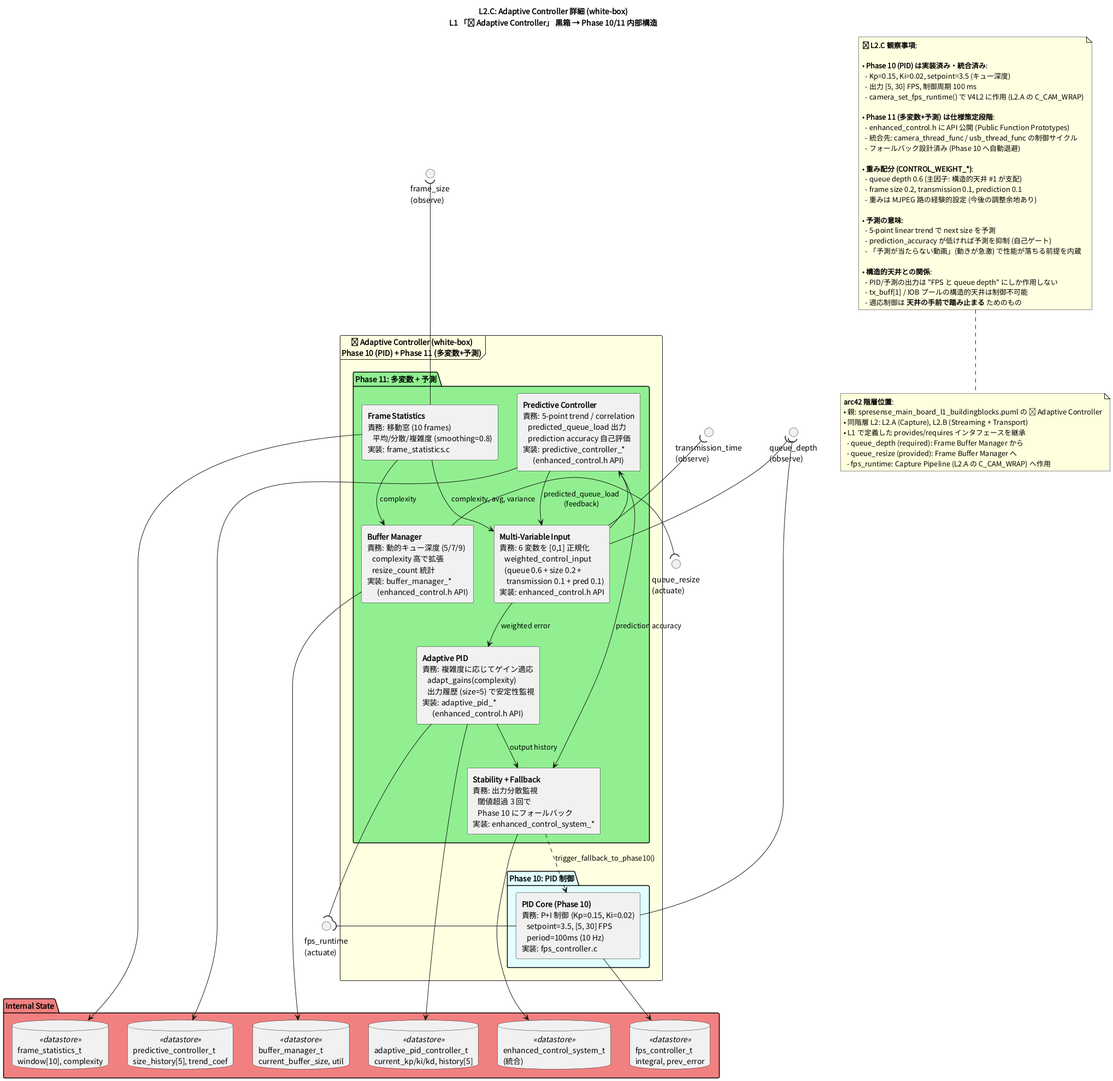
Earlier version of the PlantUML export docs/security_camera/02_specifications/architecture/spresense_main_board_l2c_control.png (ken11111/Spr_wk).
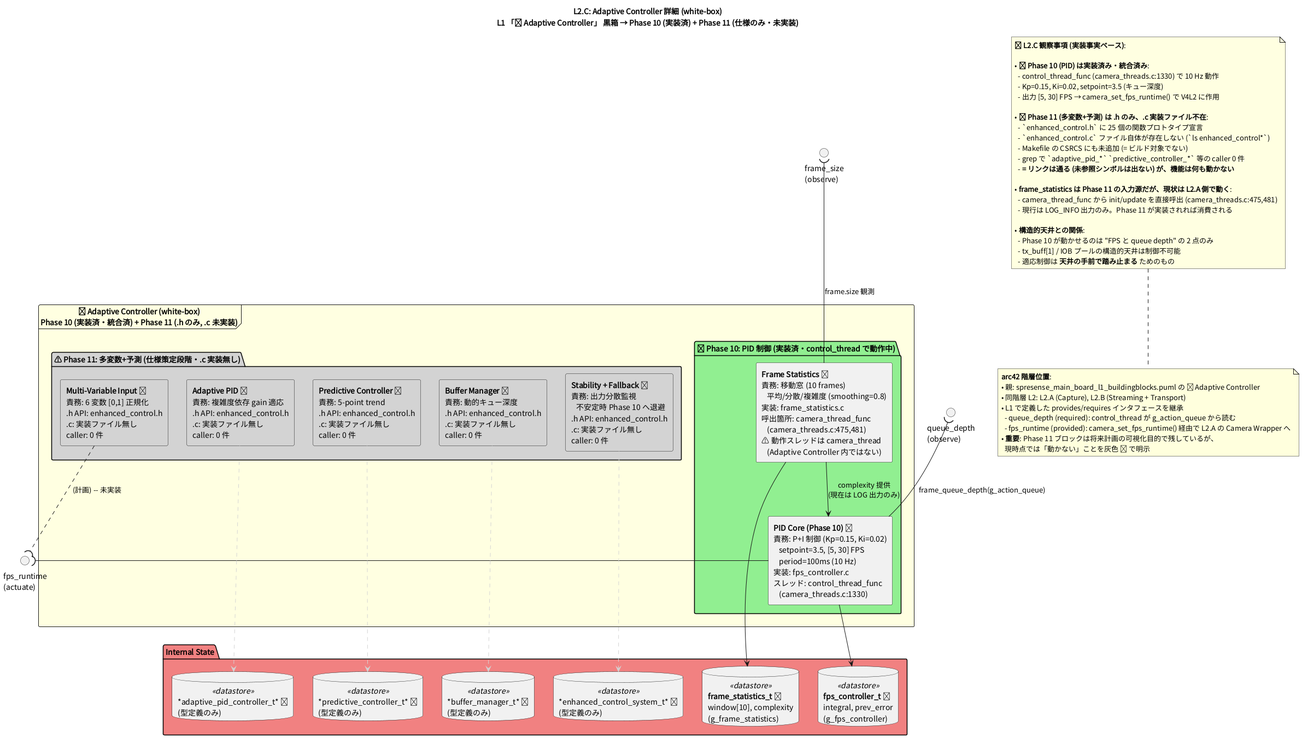
After the commit.

The edit, as a diff of the source:
```diff
@@ -2,96 +2,81 @@
 skinparam defaultFontName "Noto Sans CJK JP"
 skinparam backgroundColor #FEFEFE
 skinparam componentStyle rectangle
+top to bottom direction
 
-title L2.C: Adaptive Controller 詳細 (white-box)\nL1 「🎛️ Adaptive Controller」 黒箱 → Phase 10/11 内部構造
+title L2.C: Adaptive Controller 詳細 (white-box)\nL1 「🎛️ Adaptive Controller」 黒箱 → Phase 10 (実装済) + Phase 11 (仕様のみ・未実装)
 
-frame "🎛️ **Adaptive Controller** (white-box)\nPhase 10 (PID) + Phase 11 (多変数+予測)" as CTRL_BOX #LightYellow {
+frame "🎛️ **Adaptive Controller** (white-box)\nPhase 10 (実装済・統合済) + Phase 11 (.h のみ, .c 未実装)" as CTRL_BOX #LightYellow {
 
-  package "Phase 10: PID 制御" #LightCyan {
-    component "**PID Core (Phase 10)**\n責務: P+I 制御 (Kp=0.15, Ki=0.02)\n   setpoint=3.5, [5, 30] FPS\n   period=100ms (10 Hz)\n実装: fps_controller.c" as C_PID10
+  package "✅ Phase 10: PID 制御 (実装済・control_thread で動作中)" #LightGreen {
+    component "**PID Core (Phase 10)** ✅\n責務: P+I 制御 (Kp=0.15, Ki=0.02)\n   setpoint=3.5, [5, 30] FPS\n   period=100ms (10 Hz)\n実装: fps_controller.c\nスレッド: control_thread_func\n   (camera_threads.c:1330)" as C_PID10
+
+    component "**Frame Statistics** ✅\n責務: 移動窓 (10 frames)\n   平均/分散/複雑度 (smoothing=0.8)\n実装: frame_statistics.c\n呼出箇所: camera_thread_func\n   (camera_threads.c:475,481)\n⚠ 動作スレッドは camera_thread\n   (Adaptive Controller 内ではない)" as C_STATS
   }
 
-  package "Phase 11: 多変数 + 予測" #LightGreen {
-    component "**Frame Statistics**\n責務: 移動窓 (10 frames)\n   平均/分散/複雑度 (smoothing=0.8)\n実装: frame_statistics.c" as C_STATS
+  package "⚠ Phase 11: 多変数+予測 (仕様策定段階・.c 実装無し)" #LightGray {
+    component "**Multi-Variable Input** ❌\n責務: 6 変数 [0,1] 正規化\n.h API: enhanced_control.h\n.c: 実装ファイル無し\ncaller: 0 件" as C_MVI #LightGray
 
-    component "**Multi-Variable Input**\n責務: 6 変数を [0,1] 正規化\n   weighted_control_input\n   (queue 0.6 + size 0.2 +\n    transmission 0.1 + pred 0.1)\n実装: enhanced_control.h API" as C_MVI
+    component "**Adaptive PID** ❌\n責務: 複雑度依存 gain 適応\n.h API: enhanced_control.h\n.c: 実装ファイル無し\ncaller: 0 件" as C_APID #LightGray
 
-    component "**Adaptive PID**\n責務: 複雑度に応じてゲイン適応\n   adapt_gains(complexity)\n   出力履歴 (size=5) で安定性監視\n実装: adaptive_pid_*\n      (enhanced_control.h API)" as C_APID
+    component "**Predictive Controller** ❌\n責務: 5-point trend\n.h API: enhanced_control.h\n.c: 実装ファイル無し\ncaller: 0 件" as C_PRED #LightGray
 
-    component "**Predictive Controller**\n責務: 5-point trend / correlation\n   predicted_queue_load 出力\n   prediction accuracy 自己評価\n実装: predictive_controller_*\n      (enhanced_control.h API)" as C_PRED
+    component "**Buffer Manager** ❌\n責務: 動的キュー深度\n.h API: enhanced_control.h\n.c: 実装ファイル無し\ncaller: 0 件" as C_BMGR #LightGray
 
-    component "**Buffer Manager**\n責務: 動的キュー深度 (5/7/9)\n   complexity 高で拡張\n   resize_count 統計\n実装: buffer_manager_*\n      (enhanced_control.h API)" as C_BMGR
-
-    component "**Stability + Fallback**\n責務: 出力分散監視\n   閾値超過 3 回で\n   Phase 10 にフォールバック\n実装: enhanced_control_system_*" as C_STAB
+    component "**Stability + Fallback** ❌\n責務: 出力分散監視\n   不安定時 Phase 10 へ退避\n.h API: enhanced_control.h\n.c: 実装ファイル無し\ncaller: 0 件" as C_STAB #LightGray
   }
 }
 
-C_STAB ..> C_PID10 : "trigger_fallback_to_phase10()"
-
-C_STATS --> C_MVI   : "complexity, avg, variance"
-C_MVI   --> C_APID  : "weighted error"
-C_MVI   --> C_PRED
-C_PRED  --> C_MVI   : "predicted_queue_load\n(feedback)"
-C_STATS --> C_BMGR  : "complexity"
-C_APID  --> C_STAB  : "output history"
-C_PRED  --> C_STAB  : "prediction accuracy"
+C_STATS --> C_PID10 : "complexity 提供\n(現在は LOG 出力のみ)"
 
 () "queue_depth\n(observe)" as I_DEPTH
 () "frame_size\n(observe)" as I_SIZE
-() "transmission_time\n(observe)" as I_TX
 () "fps_runtime\n(actuate)" as I_FPS
-() "queue_resize\n(actuate)" as I_RESIZE
 
-I_DEPTH    )-- C_PID10
-I_DEPTH    )-- C_MVI
-I_SIZE     )-- C_STATS
-I_TX       )-- C_MVI
+I_DEPTH    )-- C_PID10  : "frame_queue_depth(g_action_queue)"
+I_SIZE     )-- C_STATS  : "frame.size 観測"
 
 C_PID10  -( I_FPS
-C_APID   -( I_FPS
-C_BMGR   -( I_RESIZE
+
+C_MVI    .-( I_FPS  : "(計画) -- 未実装"
 
 package "Internal State" #LightCoral {
-  database "fps_controller_t\nintegral, prev_error" as D_PID <<datastore>>
-  database "frame_statistics_t\nwindow[10], complexity" as D_STATS <<datastore>>
-  database "adaptive_pid_controller_t\ncurrent_kp/ki/kd, history[5]" as D_APID <<datastore>>
-  database "predictive_controller_t\nsize_history[5], trend_coef" as D_PRED <<datastore>>
-  database "buffer_manager_t\ncurrent_buffer_size, util" as D_BMGR <<datastore>>
-  database "enhanced_control_system_t\n(統合)" as D_ENH <<datastore>>
+  database "**fps_controller_t** ✅\nintegral, prev_error\n(g_fps_controller)" as D_PID <<datastore>>
+  database "**frame_statistics_t** ✅\nwindow[10], complexity\n(g_frame_statistics)" as D_STATS <<datastore>>
+  database "*adaptive_pid_controller_t* ❌\n(型定義のみ)" as D_APID <<datastore>>
+  database "*predictive_controller_t* ❌\n(型定義のみ)" as D_PRED <<datastore>>
+  database "*buffer_manager_t* ❌\n(型定義のみ)" as D_BMGR <<datastore>>
+  database "*enhanced_control_system_t* ❌\n(型定義のみ)" as D_ENH <<datastore>>
 }
 
 C_PID10 --> D_PID
 C_STATS --> D_STATS
-C_APID  --> D_APID
-C_PRED  --> D_PRED
-C_BMGR  --> D_BMGR
-C_STAB  --> D_ENH
+C_APID  ..> D_APID  #LightGray
+C_PRED  ..> D_PRED  #LightGray
+C_BMGR  ..> D_BMGR  #LightGray
+C_STAB  ..> D_ENH   #LightGray
 
 note as NOTE_CTRL #LightYellow
-  **🔍 L2.C 観察事項**:
+  **🔍 L2.C 観察事項 (実装事実ベース)**:
 
-  • **Phase 10 (PID) は実装済み・統合済み**:
+  • **✅ Phase 10 (PID) は実装済み・統合済み**:
+    - control_thread_func (camera_threads.c:1330) で 10 Hz 動作
     - Kp=0.15, Ki=0.02, setpoint=3.5 (キュー深度)
-    - 出力 [5, 30] FPS, 制御周期 100 ms
-    - camera_set_fps_runtime() で V4L2 に作用 (L2.A の C_CAM_WRAP)
+    - 出力 [5, 30] FPS → camera_set_fps_runtime() で V4L2 に作用
 
-  • **Phase 11 (多変数+予測) は仕様策定段階**:
-    - enhanced_control.h に API 公開 (Public Function Prototypes)
-    - 統合先: camera_thread_func / usb_thread_func の制御サイクル
-    - フォールバック設計済み (Phase 10 へ自動退避)
+  • **❌ Phase 11 (多変数+予測) は .h のみ、.c 実装ファイル不在**:
+    - `enhanced_control.h` に 25 個の関数プロトタイプ宣言
+    - `enhanced_control.c` ファイル自体が存在しない (`ls enhanced_control*`)
+    - Makefile の CSRCS にも未追加 (= ビルド対象でない)
+    - grep で `adaptive_pid_*` `predictive_controller_*` 等の caller 0 件
+    - **= リンクは通る (未参照シンボルは出ない) が、機能は何も動かない**
 
-  • **重み配分 (CONTROL_WEIGHT_*)**:
-    - queue depth 0.6 (主因子: 構造的天井 #1 が支配)
-    - frame size 0.2, transmission 0.1, prediction 0.1
-    - 重みは MJPEG 路の経験的設定 (今後の調整余地あり)
-
-  • **予測の意味**:
-    - 5-point linear trend で next size を予測
-    - prediction_accuracy が低ければ予測を抑制 (自己ゲート)
-    - 「予測が当たらない動画」(動きが急激) で性能が落ちる前提を内蔵
+  • **frame_statistics は Phase 11 の入力源だが、現状は L2.A 側で動く**:
+    - camera_thread_func から init/update を直接呼出 (camera_threads.c:475,481)
+    - 現行は LOG_INFO 出力のみ。Phase 11 が実装されれば消費される
 
   • **構造的天井との関係**:
-    - PID/予測の出力は "FPS と queue depth" にしか作用しない
+    - Phase 10 が動かせるのは "FPS と queue depth" の 2 点のみ
     - tx_buff[1] / IOB プールの構造的天井は制御不可能
     - 適応制御は **天井の手前で踏み止まる** ためのもの
 end note
@@ -101,9 +86,10 @@
   • 親: spresense_main_board_l1_buildingblocks.puml の 🎛️ Adaptive Controller
   • 同階層 L2: L2.A (Capture), L2.B (Streaming + Transport)
   • L1 で定義した provides/requires インタフェースを継承
-    - queue_depth (required): Frame Buffer Manager から
-    - queue_resize (provided): Frame Buffer Manager へ
-    - fps_runtime: Capture Pipeline (L2.A の C_CAM_WRAP) へ作用
+    - queue_depth (required): control_thread が g_action_queue から読む
+    - fps_runtime (provided): camera_set_fps_runtime() 経由で L2.A の Camera Wrapper へ
+  • **重要**: Phase 11 ブロックは将来計画の可視化目的で残しているが、
+    現時点では「動かない」ことを灰色 ❌ で明示
 end note
 
 @enduml
```
